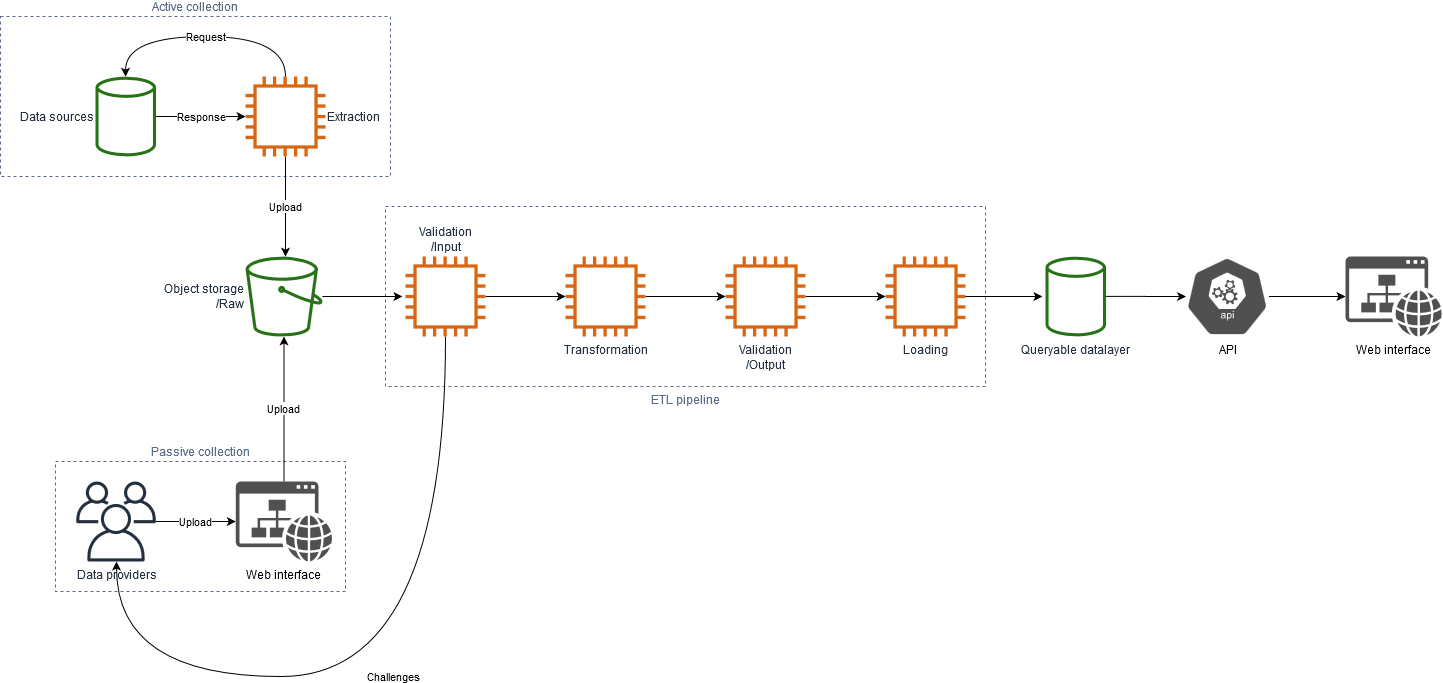
Above: OIF_diagram.png in EFT-Defra/OIF_Pipeline_-_Dashboard_Discovery (draw.io), before the change. Source tidied: cells renumbered, new cells last; positions are measured from the earlier drawing's top-left corner, leaving out a move shared by most shapes.
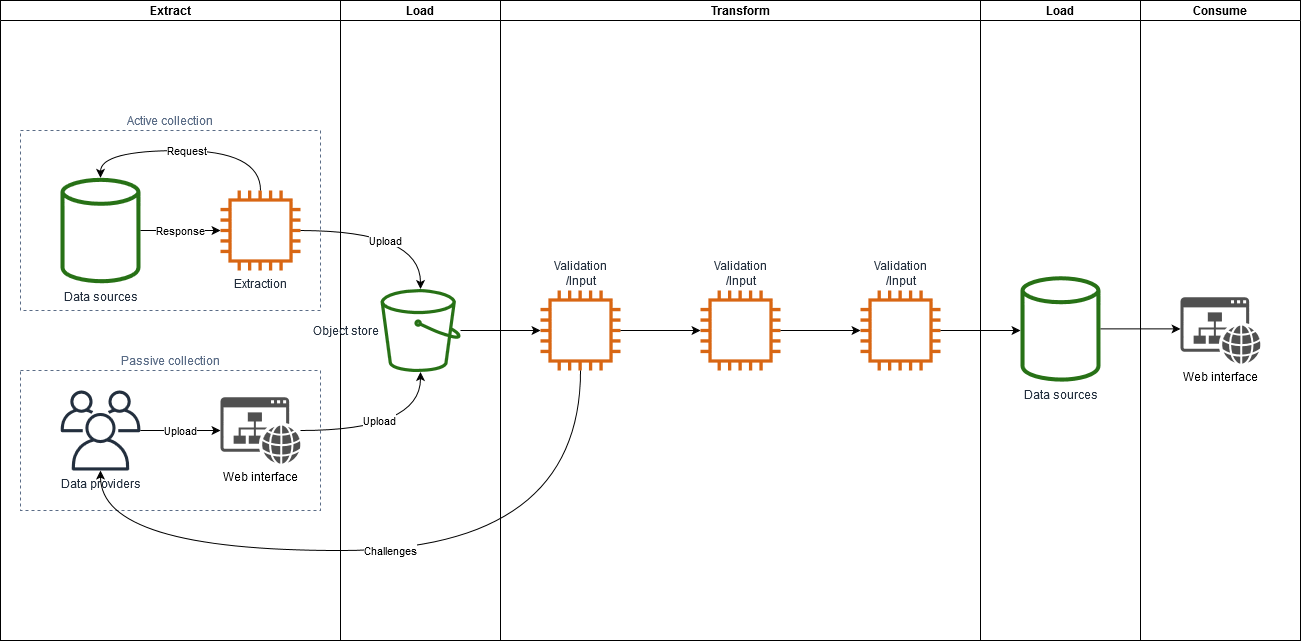
After the commit.

Change to the diagram source:
```diff
@@ -2,115 +2,113 @@
   <root>
     <mxCell id="0" />
     <mxCell id="1" parent="0" />
+    <mxCell id="30" value="Extract" style="swimlane;startSize=20;" parent="1" vertex="1">
+      <mxGeometry x="-135" y="-50" width="340" height="640" as="geometry" />
+    </mxCell>
+    <mxCell id="4" value="Passive collection" style="fillColor=none;strokeColor=#5A6C86;dashed=1;verticalAlign=bottom;fontStyle=0;fontColor=#5A6C86;labelPosition=center;verticalLabelPosition=top;align=center;" parent="30" vertex="1">
+      <mxGeometry x="20" y="370" width="300" height="140" as="geometry" />
+    </mxCell>
+    <mxCell id="6" value="Data providers" style="outlineConnect=0;fontColor=#232F3E;gradientColor=none;fillColor=#232F3E;strokeColor=none;dashed=0;verticalLabelPosition=bottom;verticalAlign=top;align=center;html=1;fontSize=12;fontStyle=0;shape=mxgraph.aws4.users;labelPosition=center;" parent="30" vertex="1">
+      <mxGeometry x="60" y="390" width="80" height="80" as="geometry" />
+    </mxCell>
+    <mxCell id="19" value="Web interface" style="shadow=0;dashed=0;html=1;strokeColor=none;labelPosition=center;verticalLabelPosition=bottom;verticalAlign=top;outlineConnect=0;align=center;shape=mxgraph.office.concepts.website;fillColor=#505050;" parent="30" vertex="1">
+      <mxGeometry x="220" y="396.8" width="80" height="66.4" as="geometry" />
+    </mxCell>
+    <mxCell id="5" value="Upload" style="edgeStyle=orthogonalEdgeStyle;curved=1;jettySize=auto;html=1;startArrow=none;startFill=0;endArrow=classic;endFill=1;" parent="30" edge="1" source="6" target="19">
+      <mxGeometry relative="1" as="geometry" />
+    </mxCell>
-    <mxCell id="2" value="Active collection" style="fillColor=none;strokeColor=#5A6C86;dashed=1;verticalAlign=bottom;fontStyle=0;fontColor=#5A6C86;labelPosition=center;verticalLabelPosition=top;align=center;" parent="1" vertex="1">
-      <mxGeometry width="390" height="160" as="geometry" />
+    <mxCell id="2" value="Active collection" style="fillColor=none;strokeColor=#5A6C86;dashed=1;verticalAlign=bottom;fontStyle=0;fontColor=#5A6C86;labelPosition=center;verticalLabelPosition=top;align=center;" parent="30" vertex="1">
+      <mxGeometry x="20" y="130" width="300" height="180" as="geometry" />
     </mxCell>
-    <mxCell id="3" value="ETL pipeline" style="fillColor=none;strokeColor=#5A6C86;dashed=1;verticalAlign=top;fontStyle=0;fontColor=#5A6C86;labelPosition=center;verticalLabelPosition=bottom;align=center;" parent="1" vertex="1">
-      <mxGeometry x="385" y="190" width="600" height="180" as="geometry" />
-    </mxCell>
-    <mxCell id="4" value="Passive collection" style="fillColor=none;strokeColor=#5A6C86;dashed=1;verticalAlign=bottom;fontStyle=0;fontColor=#5A6C86;labelPosition=center;verticalLabelPosition=top;align=center;" parent="1" vertex="1">
-      <mxGeometry x="55" y="445" width="290" height="130" as="geometry" />
-    </mxCell>
-    <mxCell id="5" value="Upload" style="edgeStyle=orthogonalEdgeStyle;curved=1;jettySize=auto;html=1;startArrow=none;startFill=0;endArrow=classic;endFill=1;" parent="1" edge="1" source="6" target="19">
-      <mxGeometry relative="1" as="geometry" />
-    </mxCell>
-    <mxCell id="6" value="Data providers" style="outlineConnect=0;fontColor=#232F3E;gradientColor=none;fillColor=#232F3E;strokeColor=none;dashed=0;verticalLabelPosition=bottom;verticalAlign=top;align=center;html=1;fontSize=12;fontStyle=0;shape=mxgraph.aws4.users;labelPosition=center;" parent="1" vertex="1">
-      <mxGeometry x="75.5" y="465" width="80" height="80" as="geometry" />
-    </mxCell>
+    <mxCell id="8" value="Data sources" style="outlineConnect=0;fontColor=#232F3E;gradientColor=none;strokeColor=none;dashed=0;verticalLabelPosition=bottom;verticalAlign=top;align=center;html=1;fontSize=12;fontStyle=0;shape=mxgraph.aws4.generic_database;labelPosition=center;fillColor=#277116;" parent="30" vertex="1">
+      <mxGeometry x="60" y="177.1" width="80" height="105.8" as="geometry" />
+    </mxCell>
+    <mxCell id="12" value="Extraction" style="outlineConnect=0;fontColor=#232F3E;gradientColor=none;fillColor=#D86613;strokeColor=none;dashed=0;verticalLabelPosition=bottom;verticalAlign=top;align=center;html=1;fontSize=12;fontStyle=0;shape=mxgraph.aws4.instance2;labelPosition=center;" parent="30" vertex="1">
+      <mxGeometry x="220" y="190" width="80" height="80" as="geometry" />
+    </mxCell>
-    <mxCell id="7" value="&lt;div&gt;Response&lt;br&gt;&lt;/div&gt;" style="edgeStyle=orthogonalEdgeStyle;jettySize=auto;html=1;startArrow=none;startFill=0;curved=1;" parent="1" edge="1" source="8" target="12">
+    <mxCell id="7" value="&lt;div&gt;Response&lt;br&gt;&lt;/div&gt;" style="edgeStyle=orthogonalEdgeStyle;jettySize=auto;html=1;startArrow=none;startFill=0;curved=1;" parent="30" edge="1" source="8" target="12">
       <mxGeometry relative="1" as="geometry" />
     </mxCell>
-    <mxCell id="8" value="Data sources" style="outlineConnect=0;fontColor=#232F3E;gradientColor=none;strokeColor=none;dashed=0;verticalLabelPosition=middle;verticalAlign=middle;align=right;html=1;fontSize=12;fontStyle=0;shape=mxgraph.aws4.generic_database;labelPosition=left;fillColor=#277116;" parent="1" vertex="1">
-      <mxGeometry x="95" y="60" width="60.5" height="80" as="geometry" />
-    </mxCell>
-    <mxCell id="9" style="edgeStyle=orthogonalEdgeStyle;curved=1;jettySize=auto;html=1;startArrow=none;startFill=0;" parent="1" edge="1" source="10">
-      <mxGeometry relative="1" as="geometry">
-        <mxPoint x="401.9" y="280" as="targetPoint" />
-      </mxGeometry>
-    </mxCell>
-    <mxCell id="10" value="&lt;div&gt;Object storage&lt;/div&gt;&lt;div&gt;/Raw&lt;/div&gt;" style="outlineConnect=0;fontColor=#232F3E;gradientColor=none;strokeColor=none;dashed=0;verticalLabelPosition=middle;verticalAlign=middle;align=right;html=1;fontSize=12;fontStyle=0;shape=mxgraph.aws4.bucket;labelPosition=left;fillColor=#277116;" parent="1" vertex="1">
-      <mxGeometry x="245" y="240" width="76.9" height="80" as="geometry" />
-    </mxCell>
+    <mxCell id="26" value="Request" style="edgeStyle=orthogonalEdgeStyle;curved=1;jettySize=auto;html=1;startArrow=none;startFill=0;" parent="30" edge="1" source="12" target="8">
+      <mxGeometry relative="1" as="geometry">
+        <Array as="points">
+          <mxPoint x="260" y="150" />
+          <mxPoint x="100" y="150" />
+        </Array>
+      </mxGeometry>
+    </mxCell>
+    <mxCell id="31" value="Load" style="swimlane;startSize=20;" parent="1" vertex="1">
+      <mxGeometry x="205" y="-50" width="160" height="640" as="geometry" />
+    </mxCell>
+    <mxCell id="32" value="Object store" style="outlineConnect=0;fontColor=#232F3E;gradientColor=none;fillColor=#277116;strokeColor=none;dashed=0;verticalLabelPosition=middle;verticalAlign=middle;align=right;html=1;fontSize=12;fontStyle=0;shape=mxgraph.aws4.bucket;labelPosition=left;" parent="31" vertex="1">
+      <mxGeometry x="40" y="288.4" width="80" height="83.2" as="geometry" />
+    </mxCell>
+    <mxCell id="33" value="Transform" style="swimlane;startSize=20;" parent="1" vertex="1">
+      <mxGeometry x="365" y="-50" width="480" height="640" as="geometry" />
+    </mxCell>
+    <mxCell id="34" value="Load" style="swimlane;startSize=20;" parent="33" vertex="1">
+      <mxGeometry x="480" width="160" height="640" as="geometry" />
+    </mxCell>
+    <mxCell id="35" value="Data sources" style="outlineConnect=0;fontColor=#232F3E;gradientColor=none;strokeColor=none;dashed=0;verticalLabelPosition=bottom;verticalAlign=top;align=center;html=1;fontSize=12;fontStyle=0;shape=mxgraph.aws4.generic_database;labelPosition=center;fillColor=#277116;" parent="34" vertex="1">
+      <mxGeometry x="40" y="275.5" width="80" height="105.8" as="geometry" />
+    </mxCell>
+    <mxCell id="15" value="&lt;div&gt;Validation&lt;/div&gt;&lt;div&gt;/Input&lt;/div&gt;" style="outlineConnect=0;fontColor=#232F3E;gradientColor=none;fillColor=#D86613;strokeColor=none;dashed=0;verticalLabelPosition=top;verticalAlign=bottom;align=center;html=1;fontSize=12;fontStyle=0;shape=mxgraph.aws4.instance2;labelPosition=center;" parent="33" vertex="1">
+      <mxGeometry x="40" y="290" width="80" height="80" as="geometry" />
+    </mxCell>
+    <mxCell id="36" value="&lt;div&gt;Validation&lt;/div&gt;&lt;div&gt;/Input&lt;/div&gt;" style="outlineConnect=0;fontColor=#232F3E;gradientColor=none;fillColor=#D86613;strokeColor=none;dashed=0;verticalLabelPosition=top;verticalAlign=bottom;align=center;html=1;fontSize=12;fontStyle=0;shape=mxgraph.aws4.instance2;labelPosition=center;" parent="33" vertex="1">
+      <mxGeometry x="200" y="290" width="80" height="80" as="geometry" />
+    </mxCell>
+    <mxCell id="37" style="edgeStyle=orthogonalEdgeStyle;rounded=0;jettySize=auto;html=1;" parent="33" edge="1" source="15" target="36">
+      <mxGeometry relative="1" as="geometry" />
+    </mxCell>
+    <mxCell id="38" value="&lt;div&gt;Validation&lt;/div&gt;&lt;div&gt;/Input&lt;/div&gt;" style="outlineConnect=0;fontColor=#232F3E;gradientColor=none;fillColor=#D86613;strokeColor=none;dashed=0;verticalLabelPosition=top;verticalAlign=bottom;align=center;html=1;fontSize=12;fontStyle=0;shape=mxgraph.aws4.instance2;labelPosition=center;" parent="33" vertex="1">
+      <mxGeometry x="360" y="290" width="80" height="80" as="geometry" />
+    </mxCell>
+    <mxCell id="39" style="edgeStyle=orthogonalEdgeStyle;rounded=0;jettySize=auto;html=1;" parent="33" edge="1" source="36" target="38">
+      <mxGeometry relative="1" as="geometry" />
+    </mxCell>
+    <mxCell id="40" value="Consume" style="swimlane;startSize=20;" parent="1" vertex="1">
+      <mxGeometry x="1005" y="-50" width="160" height="640" as="geometry" />
+    </mxCell>
+    <mxCell id="29" value="Web interface" style="shadow=0;dashed=0;html=1;strokeColor=none;labelPosition=center;verticalLabelPosition=bottom;verticalAlign=top;outlineConnect=0;align=center;shape=mxgraph.office.concepts.website;fillColor=#505050;" parent="40" vertex="1">
+      <mxGeometry x="40" y="296.8" width="80" height="66.4" as="geometry" />
+    </mxCell>
-    <mxCell id="11" value="Upload" style="edgeStyle=orthogonalEdgeStyle;curved=1;jettySize=auto;html=1;startArrow=none;startFill=0;labelPosition=center;verticalLabelPosition=middle;align=center;verticalAlign=middle;" parent="1" edge="1" source="12" target="10">
-      <mxGeometry relative="1" as="geometry">
+    <mxCell id="11" value="Upload" style="edgeStyle=orthogonalEdgeStyle;curved=1;jettySize=auto;html=1;startArrow=none;startFill=0;labelPosition=center;verticalLabelPosition=middle;align=center;verticalAlign=middle;" parent="1" edge="1" source="12" target="32">
+      <mxGeometry x="-0.05" y="-10" relative="1" as="geometry">
         <Array as="points">
-          <mxPoint x="284" y="100" />
-          <mxPoint x="284" y="100" />
+          <mxPoint x="285" y="180" />
         </Array>
       </mxGeometry>
     </mxCell>
-    <mxCell id="12" value="Extraction" style="outlineConnect=0;fontColor=#232F3E;gradientColor=none;fillColor=#D86613;strokeColor=none;dashed=0;verticalLabelPosition=middle;verticalAlign=middle;align=left;html=1;fontSize=12;fontStyle=0;shape=mxgraph.aws4.instance2;labelPosition=right;" parent="1" vertex="1">
-      <mxGeometry x="245" y="60" width="80" height="80" as="geometry" />
-    </mxCell>
-    <mxCell id="13" style="edgeStyle=orthogonalEdgeStyle;curved=1;jettySize=auto;html=1;startArrow=none;startFill=0;" parent="1" edge="1" source="15" target="17">
-      <mxGeometry relative="1" as="geometry" />
-    </mxCell>
     <mxCell id="14" value="Challenges" style="edgeStyle=orthogonalEdgeStyle;curved=1;jettySize=auto;html=1;startArrow=none;startFill=0;" parent="1" edge="1" source="15" target="6">
       <mxGeometry relative="1" as="geometry">
         <Array as="points">
-          <mxPoint x="445" y="660" />
-          <mxPoint x="116" y="660" />
+          <mxPoint x="445" y="500" />
+          <mxPoint x="-35" y="500" />
         </Array>
       </mxGeometry>
     </mxCell>
-    <mxCell id="15" value="&lt;div&gt;Validation&lt;/div&gt;&lt;div&gt;/Input&lt;/div&gt;" style="outlineConnect=0;fontColor=#232F3E;gradientColor=none;fillColor=#D86613;strokeColor=none;dashed=0;verticalLabelPosition=top;verticalAlign=bottom;align=center;html=1;fontSize=12;fontStyle=0;shape=mxgraph.aws4.instance2;labelPosition=center;" parent="1" vertex="1">
-      <mxGeometry x="405" y="240" width="80" height="80" as="geometry" />
-    </mxCell>
-    <mxCell id="16" style="edgeStyle=orthogonalEdgeStyle;curved=1;jettySize=auto;html=1;startArrow=none;startFill=0;" parent="1" edge="1" source="17">
-      <mxGeometry relative="1" as="geometry">
-        <mxPoint x="725" y="280" as="targetPoint" />
-      </mxGeometry>
-    </mxCell>
-    <mxCell id="17" value="Transformation" style="outlineConnect=0;fontColor=#232F3E;gradientColor=none;fillColor=#D86613;strokeColor=none;dashed=0;verticalLabelPosition=bottom;verticalAlign=top;align=center;html=1;fontSize=12;fontStyle=0;shape=mxgraph.aws4.instance2;" parent="1" vertex="1">
-      <mxGeometry x="565" y="240" width="80" height="80" as="geometry" />
-    </mxCell>
-    <mxCell id="18" value="Upload" style="edgeStyle=orthogonalEdgeStyle;curved=1;jettySize=auto;html=1;startArrow=none;startFill=0;endArrow=classic;endFill=1;labelPosition=center;verticalLabelPosition=middle;align=center;verticalAlign=middle;" parent="1" edge="1" source="19" target="10">
-      <mxGeometry relative="1" as="geometry" />
+    <mxCell id="18" value="Upload" style="edgeStyle=orthogonalEdgeStyle;curved=1;jettySize=auto;html=1;startArrow=none;startFill=0;endArrow=classic;endFill=1;labelPosition=center;verticalLabelPosition=middle;align=center;verticalAlign=middle;" parent="1" edge="1" source="19" target="32">
+      <mxGeometry x="-0.11" y="10" relative="1" as="geometry">
+        <Array as="points">
+          <mxPoint x="285" y="380" />
+        </Array>
+      </mxGeometry>
     </mxCell>
-    <mxCell id="19" value="Web interface" style="shadow=0;dashed=0;html=1;strokeColor=none;labelPosition=center;verticalLabelPosition=bottom;verticalAlign=top;outlineConnect=0;align=center;shape=mxgraph.office.concepts.website;fillColor=#505050;" parent="1" vertex="1">
-      <mxGeometry x="235.3" y="465" width="96.3" height="80" as="geometry" />
-    </mxCell>
-    <mxCell id="20" style="edgeStyle=orthogonalEdgeStyle;curved=1;jettySize=auto;html=1;startArrow=none;startFill=0;endArrow=classic;endFill=1;" parent="1" edge="1" source="21">
-      <mxGeometry relative="1" as="geometry">
-        <mxPoint x="885" y="280" as="targetPoint" />
-      </mxGeometry>
-    </mxCell>
-    <mxCell id="21" value="&lt;div&gt;Validation&lt;/div&gt;&lt;div&gt;/Output&lt;/div&gt;&lt;div&gt;&lt;br&gt;&lt;/div&gt;" style="outlineConnect=0;fontColor=#232F3E;gradientColor=none;fillColor=#D86613;strokeColor=none;dashed=0;verticalLabelPosition=bottom;verticalAlign=top;align=center;html=1;fontSize=12;fontStyle=0;shape=mxgraph.aws4.instance2;labelPosition=center;" parent="1" vertex="1">
-      <mxGeometry x="725" y="240" width="80" height="80" as="geometry" />
-    </mxCell>
-    <mxCell id="22" style="edgeStyle=orthogonalEdgeStyle;curved=1;orthogonalLoop=1;jettySize=auto;html=1;startArrow=none;startFill=0;endArrow=classic;endFill=1;" parent="1" edge="1">
-      <mxGeometry relative="1" as="geometry">
-        <mxPoint x="961.9" y="280" as="sourcePoint" />
-        <mxPoint x="1041.9" y="280" as="targetPoint" />
-      </mxGeometry>
-    </mxCell>
-    <mxCell id="23" value="Loading" style="fontColor=#232F3E;gradientColor=none;fillColor=#D86613;strokeColor=none;dashed=0;verticalLabelPosition=bottom;verticalAlign=top;align=center;html=1;fontSize=12;fontStyle=0;shape=mxgraph.aws4.instance2;labelPosition=center;" parent="1" vertex="1">
-      <mxGeometry x="885" y="240" width="80" height="80" as="geometry" />
-    </mxCell>
-    <mxCell id="24" style="edgeStyle=orthogonalEdgeStyle;rounded=0;jettySize=auto;html=1;" parent="1" edge="1" source="25">
-      <mxGeometry relative="1" as="geometry">
-        <mxPoint x="1185.5" y="280" as="targetPoint" />
-      </mxGeometry>
-    </mxCell>
-    <mxCell id="25" value="Queryable datalayer" style="outlineConnect=0;fontColor=#232F3E;gradientColor=none;strokeColor=none;dashed=0;verticalLabelPosition=bottom;verticalAlign=top;align=center;html=1;fontSize=12;fontStyle=0;shape=mxgraph.aws4.generic_database;labelPosition=center;fillColor=#277116;" parent="1" vertex="1">
-      <mxGeometry x="1045" y="240" width="60.5" height="80" as="geometry" />
-    </mxCell>
-    <mxCell id="26" value="Request" style="edgeStyle=orthogonalEdgeStyle;curved=1;jettySize=auto;html=1;startArrow=none;startFill=0;" parent="1" edge="1" source="12" target="8">
-      <mxGeometry relative="1" as="geometry">
-        <Array as="points">
-          <mxPoint x="285" y="20" />
-          <mxPoint x="125" y="20" />
-        </Array>
-      </mxGeometry>
-    </mxCell>
-    <mxCell id="27" style="edgeStyle=orthogonalEdgeStyle;rounded=0;jettySize=auto;html=1;" parent="1" edge="1" source="28" target="29">
-      <mxGeometry relative="1" as="geometry" />
-    </mxCell>
-    <mxCell id="28" value="API" style="html=1;dashed=0;whitespace=wrap;strokeColor=#ffffff;points=[[0.005,0.63,0],[0.1,0.2,0],[0.9,0.2,0],[0.5,0,0],[0.995,0.63,0],[0.72,0.99,0],[0.5,1,0],[0.28,0.99,0]];shape=mxgraph.kubernetes.icon;prIcon=api;fillColor=#505050;labelPosition=center;verticalLabelPosition=bottom;align=center;verticalAlign=top;" parent="1" vertex="1">
-      <mxGeometry x="1185" y="240" width="83.3" height="80" as="geometry" />
-    </mxCell>
-    <mxCell id="29" value="Web interface" style="shadow=0;dashed=0;html=1;strokeColor=none;labelPosition=center;verticalLabelPosition=bottom;verticalAlign=top;outlineConnect=0;align=center;shape=mxgraph.office.concepts.website;fillColor=#505050;" parent="1" vertex="1">
-      <mxGeometry x="1345" y="240" width="96.3" height="80" as="geometry" />
-    </mxCell>
+    <mxCell id="41" style="edgeStyle=orthogonalEdgeStyle;rounded=0;jettySize=auto;html=1;" parent="1" edge="1" source="38">
+      <mxGeometry relative="1" as="geometry">
+        <mxPoint x="885" y="280" as="targetPoint" />
+      </mxGeometry>
+    </mxCell>
+    <mxCell id="42" style="edgeStyle=orthogonalEdgeStyle;rounded=0;jettySize=auto;html=1;" parent="1" edge="1" source="32">
+      <mxGeometry relative="1" as="geometry">
+        <mxPoint x="405" y="280" as="targetPoint" />
+      </mxGeometry>
+    </mxCell>
+    <mxCell id="43" style="edgeStyle=orthogonalEdgeStyle;rounded=0;jettySize=auto;html=1;" parent="1" edge="1" source="35">
+      <mxGeometry relative="1" as="geometry">
+        <mxPoint x="1045" y="278.4" as="targetPoint" />
+      </mxGeometry>
+    </mxCell>
   </root>
 </mxGraphModel>
```
